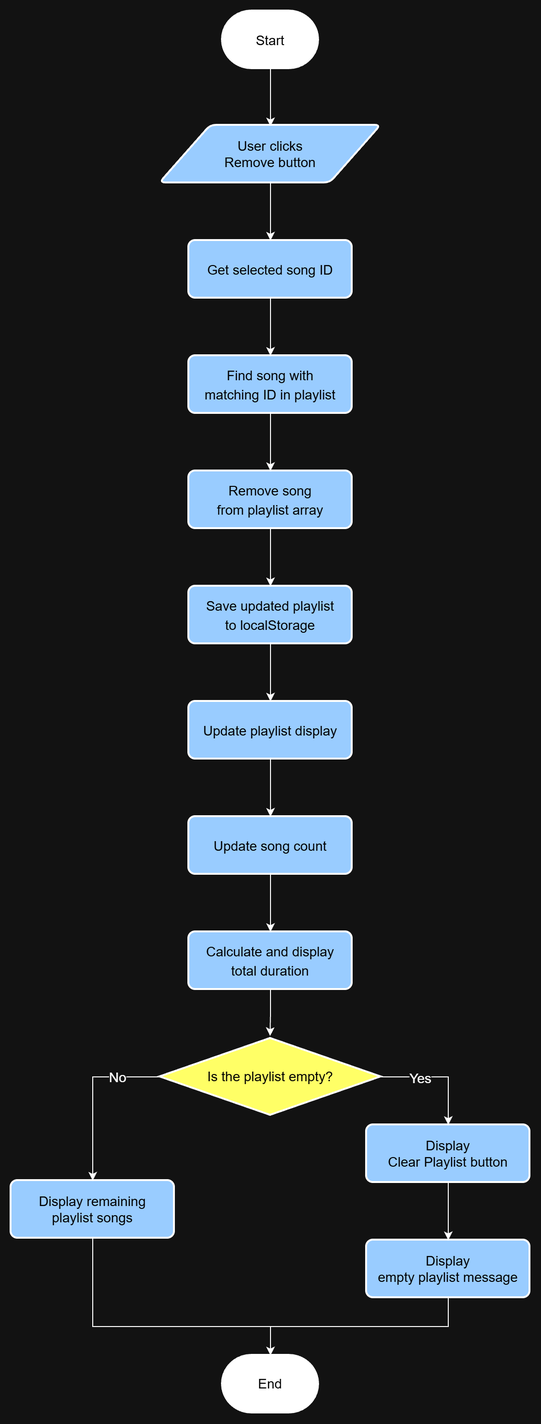
Above: assets/flowcharts/Remove Song from Playlist.png in vegardh93/assignment-3 (draw.io), before the change. Source tidied: cells renumbered, new cells last; positions are measured from the earlier drawing's top-left corner, leaving out a move shared by most shapes.
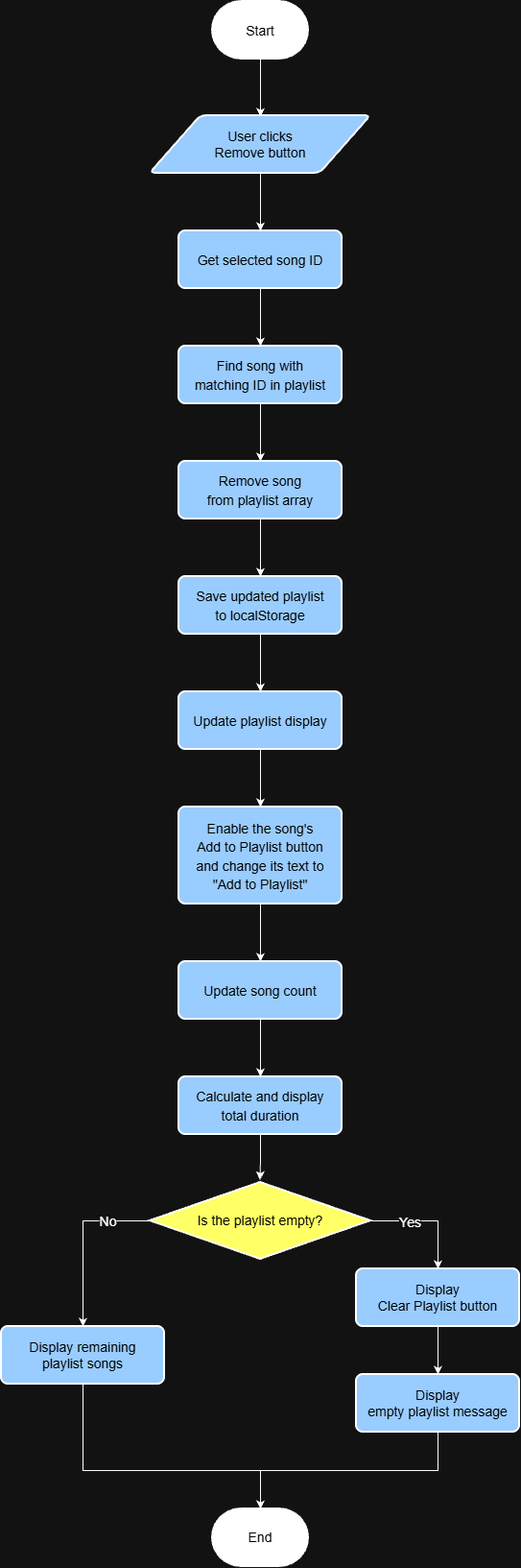
After the change.

Commit message:
Update playlist flowcharts

Change to the diagram source:
```diff
@@ -21,7 +21,7 @@
     </mxCell>
     <mxCell id="7" value="&lt;font style=&quot;font-size: 14px;&quot;&gt;No&lt;/font&gt;" style="edgeLabel;html=1;align=center;verticalAlign=middle;inheritText=1;defaultLabelBackgroundColor=page;" parent="6" vertex="1">
       <mxGeometry x="-0.34" y="1" relative="1" as="geometry">
-        <mxPoint x="13" y="-1" as="offset" />
+        <mxPoint x="14" y="-1" as="offset" />
       </mxGeometry>
     </mxCell>
     <mxCell id="8" style="edgeStyle=orthogonalEdgeStyle;rounded=0;jettySize=auto;html=1;exitX=1;exitY=0.5;exitDx=0;exitDy=0;exitPerimeter=0;entryX=0.5;entryY=0;entryDx=0;entryDy=0;defaultLabelBackgroundColor=page;" parent="1" edge="1" source="10" target="12">
@@ -31,19 +31,19 @@
       <mxGeometry x="-0.34" y="-1" relative="1" as="geometry" />
     </mxCell>
     <mxCell id="10" value="&lt;span style=&quot;font-size: 14px;&quot;&gt;Is the&amp;nbsp;&lt;/span&gt;&lt;span style=&quot;background-color: transparent; font-size: 14px;&quot;&gt;playlist empty?&lt;/span&gt;" style="strokeWidth=2;html=1;shape=mxgraph.flowchart.decision;whiteSpace=wrap;fillColor=light-dark(#FFFFFF,#FFFF66);fontColor=light-dark(#000000,#000000);" parent="1" vertex="1">
-      <mxGeometry x="155" y="1070" width="230" height="80" as="geometry" />
+      <mxGeometry x="155" y="1230" width="230" height="80" as="geometry" />
     </mxCell>
     <mxCell id="11" style="edgeStyle=orthogonalEdgeStyle;rounded=0;jettySize=auto;html=1;entryX=0.5;entryY=0;entryDx=0;entryDy=0;defaultLabelBackgroundColor=page;" parent="1" edge="1" source="12" target="17">
       <mxGeometry relative="1" as="geometry" />
     </mxCell>
     <mxCell id="12" value="&lt;font style=&quot;font-size: 14px;&quot;&gt;Display&lt;/font&gt;&lt;div&gt;&lt;font style=&quot;font-size: 14px;&quot;&gt;Clear Playlist button&lt;/font&gt;&lt;/div&gt;" style="rounded=1;whiteSpace=wrap;html=1;absoluteArcSize=1;arcSize=14;strokeWidth=2;fillColor=light-dark(#FFFFFF,#99CCFF);fontColor=light-dark(#000000,#000000);" parent="1" vertex="1">
-      <mxGeometry x="370" y="1160" width="170" height="60" as="geometry" />
+      <mxGeometry x="370" y="1320" width="170" height="60" as="geometry" />
     </mxCell>
     <mxCell id="13" value="&lt;span style=&quot;font-size: 14px;&quot;&gt;Display remaining&lt;/span&gt;&lt;div&gt;&lt;span style=&quot;font-size: 14px;&quot;&gt;playlist songs&lt;/span&gt;&lt;/div&gt;" style="rounded=1;whiteSpace=wrap;html=1;absoluteArcSize=1;arcSize=14;strokeWidth=2;fillColor=light-dark(#FFFFFF,#99CCFF);fontColor=light-dark(#000000,#000000);" parent="1" vertex="1">
-      <mxGeometry y="1218" width="170" height="60" as="geometry" />
+      <mxGeometry y="1380" width="170" height="60" as="geometry" />
     </mxCell>
     <mxCell id="14" value="&lt;font style=&quot;font-size: 14px;&quot;&gt;End&lt;/font&gt;" style="strokeWidth=2;html=1;shape=mxgraph.flowchart.terminator;whiteSpace=wrap;fillColor=light-dark(#FFFFFF,#FFFFFF);fontColor=light-dark(#000000,#000000);" parent="1" vertex="1">
-      <mxGeometry x="220" y="1400" width="100" height="60" as="geometry" />
+      <mxGeometry x="220" y="1570" width="100" height="60" as="geometry" />
     </mxCell>
     <mxCell id="15" value="&lt;font style=&quot;font-size: 14px;&quot;&gt;User clicks&lt;/font&gt;&lt;div&gt;&lt;span style=&quot;font-size: 14px;&quot;&gt;Remove button&lt;/span&gt;&lt;/div&gt;" style="shape=parallelogram;html=1;strokeWidth=2;perimeter=parallelogramPerimeter;whiteSpace=wrap;rounded=1;arcSize=12;size=0.23;fontColor=light-dark(#000000,#000000);fillColor=light-dark(#FFFFFF,#99CCFF);" parent="1" vertex="1">
       <mxGeometry x="155" y="119" width="230" height="60" as="geometry" />
@@ -52,19 +52,19 @@
       <mxGeometry relative="1" as="geometry" />
     </mxCell>
     <mxCell id="17" value="&lt;span style=&quot;font-size: 14px;&quot;&gt;Display&lt;/span&gt;&lt;div&gt;&lt;span style=&quot;font-size: 14px;&quot;&gt;empty&amp;nbsp;&lt;/span&gt;&lt;span style=&quot;font-size: 14px; background-color: transparent;&quot;&gt;playlist message&lt;/span&gt;&lt;/div&gt;" style="rounded=1;whiteSpace=wrap;html=1;absoluteArcSize=1;arcSize=14;strokeWidth=2;fillColor=light-dark(#FFFFFF,#99CCFF);fontColor=light-dark(#000000,#000000);" parent="1" vertex="1">
-      <mxGeometry x="370" y="1280" width="170" height="60" as="geometry" />
+      <mxGeometry x="370" y="1430" width="170" height="60" as="geometry" />
     </mxCell>
-    <mxCell id="18" style="edgeStyle=orthogonalEdgeStyle;rounded=0;jettySize=auto;html=1;entryX=0.5;entryY=0;entryDx=0;entryDy=0;defaultLabelBackgroundColor=page;" parent="1" edge="1" target="x">
+    <mxCell id="18" style="edgeStyle=orthogonalEdgeStyle;rounded=0;orthogonalLoop=1;jettySize=auto;html=1;entryX=0.5;entryY=0;entryDx=0;entryDy=0;defaultLabelBackgroundColor=page;" parent="1" edge="1">
       <mxGeometry relative="1" as="geometry">
         <mxPoint x="455" y="1749" as="sourcePoint" />
       </mxGeometry>
     </mxCell>
-    <mxCell id="19" style="edgeStyle=orthogonalEdgeStyle;rounded=0;jettySize=auto;html=1;entryX=0.5;entryY=0;entryDx=0;entryDy=0;defaultLabelBackgroundColor=page;" parent="1" edge="1" target="x">
+    <mxCell id="19" style="edgeStyle=orthogonalEdgeStyle;rounded=0;orthogonalLoop=1;jettySize=auto;html=1;entryX=0.5;entryY=0;entryDx=0;entryDy=0;defaultLabelBackgroundColor=page;" parent="1" edge="1">
       <mxGeometry relative="1" as="geometry">
         <mxPoint x="455" y="1868" as="sourcePoint" />
       </mxGeometry>
     </mxCell>
-    <mxCell id="20" style="edgeStyle=orthogonalEdgeStyle;rounded=0;jettySize=auto;html=1;entryX=0.5;entryY=0;entryDx=0;entryDy=0;defaultLabelBackgroundColor=page;" parent="1" edge="1" target="x">
+    <mxCell id="20" style="edgeStyle=orthogonalEdgeStyle;rounded=0;orthogonalLoop=1;jettySize=auto;html=1;entryX=0.5;entryY=0;entryDx=0;entryDy=0;defaultLabelBackgroundColor=page;" parent="1" edge="1">
       <mxGeometry relative="1" as="geometry">
         <mxPoint x="455" y="1987" as="sourcePoint" />
       </mxGeometry>
@@ -87,9 +87,9 @@
     <mxCell id="26" value="&lt;span style=&quot;font-size: 14px;&quot;&gt;Save updated playlist&lt;/span&gt;&lt;div&gt;&lt;span style=&quot;font-size: 14px;&quot;&gt;to localStorage&lt;/span&gt;&lt;/div&gt;" style="rounded=1;whiteSpace=wrap;html=1;absoluteArcSize=1;arcSize=14;strokeWidth=2;fontColor=light-dark(#000000,#000000);fillColor=light-dark(#FFFFFF,#99CCFF);fontSize=16;" parent="1" vertex="1">
       <mxGeometry x="185" y="599" width="170" height="60" as="geometry" />
     </mxCell>
-    <mxCell id="27" style="edgeStyle=orthogonalEdgeStyle;rounded=0;jettySize=auto;html=1;entryX=0.5;entryY=0;entryDx=0;entryDy=0;defaultLabelBackgroundColor=page;" parent="1" edge="1" source="28" target="30">
-      <mxGeometry relative="1" as="geometry" />
-    </mxCell>
+    <mxCell id="35" style="edgeStyle=orthogonalEdgeStyle;rounded=0;jettySize=auto;html=1;entryX=0.5;entryY=0;entryDx=0;entryDy=0;defaultLabelBackgroundColor=page;labelPadding=0 4;" parent="1" edge="1" source="28" target="37">
+      <mxGeometry relative="1" as="geometry" />
+    </mxCell>
     <mxCell id="28" value="&lt;span style=&quot;font-size: 14px;&quot;&gt;Update playlist display&lt;/span&gt;" style="rounded=1;whiteSpace=wrap;html=1;absoluteArcSize=1;arcSize=14;strokeWidth=2;fontColor=light-dark(#000000,#000000);fillColor=light-dark(#FFFFFF,#99CCFF);fontSize=16;" parent="1" vertex="1">
       <mxGeometry x="185" y="719" width="170" height="60" as="geometry" />
     </mxCell>
@@ -97,10 +97,10 @@
       <mxGeometry relative="1" as="geometry" />
     </mxCell>
     <mxCell id="30" value="&lt;span style=&quot;font-size: 14px;&quot;&gt;Update song count&lt;/span&gt;" style="rounded=1;whiteSpace=wrap;html=1;absoluteArcSize=1;arcSize=14;strokeWidth=2;fontColor=light-dark(#000000,#000000);fillColor=light-dark(#FFFFFF,#99CCFF);fontSize=16;" parent="1" vertex="1">
-      <mxGeometry x="185" y="839" width="170" height="60" as="geometry" />
+      <mxGeometry x="185" y="1000" width="170" height="60" as="geometry" />
     </mxCell>
     <mxCell id="31" value="&lt;span style=&quot;font-size: 14px;&quot;&gt;Calculate and display&lt;/span&gt;&lt;div&gt;&lt;span style=&quot;font-size: 14px;&quot;&gt;total duration&lt;/span&gt;&lt;/div&gt;" style="rounded=1;whiteSpace=wrap;html=1;absoluteArcSize=1;arcSize=14;strokeWidth=2;fontColor=light-dark(#000000,#000000);fillColor=light-dark(#FFFFFF,#99CCFF);fontSize=16;" parent="1" vertex="1">
-      <mxGeometry x="185" y="959" width="170" height="60" as="geometry" />
+      <mxGeometry x="185" y="1120" width="170" height="60" as="geometry" />
     </mxCell>
     <mxCell id="32" style="edgeStyle=orthogonalEdgeStyle;rounded=0;jettySize=auto;html=1;entryX=0.498;entryY=-0.033;entryDx=0;entryDy=0;entryPerimeter=0;defaultLabelBackgroundColor=page;" parent="1" edge="1" source="31" target="10">
       <mxGeometry relative="1" as="geometry" />
@@ -108,11 +108,17 @@
     <mxCell id="33" style="edgeStyle=orthogonalEdgeStyle;rounded=0;jettySize=auto;html=1;exitX=0.5;exitY=1;exitDx=0;exitDy=0;entryX=0.5;entryY=0;entryDx=0;entryDy=0;entryPerimeter=0;defaultLabelBackgroundColor=page;" parent="1" edge="1" source="17" target="14">
       <mxGeometry relative="1" as="geometry" />
     </mxCell>
+    <mxCell id="36" style="edgeStyle=orthogonalEdgeStyle;rounded=0;jettySize=auto;html=1;entryX=0.5;entryY=0;entryDx=0;entryDy=0;defaultLabelBackgroundColor=page;labelPadding=0 4;" parent="1" edge="1" source="37" target="30">
+      <mxGeometry relative="1" as="geometry" />
+    </mxCell>
+    <mxCell id="37" value="&lt;span style=&quot;font-size: 14px;&quot;&gt;Enable the song's&lt;/span&gt;&lt;div&gt;&lt;span style=&quot;font-size: 14px;&quot;&gt;Add to Playlist button&lt;/span&gt;&lt;/div&gt;&lt;div&gt;&lt;span style=&quot;font-size: 14px;&quot;&gt;and change its text to&lt;/span&gt;&lt;/div&gt;&lt;div&gt;&lt;span style=&quot;font-size: 14px;&quot;&gt;&quot;Add to Playlist&quot;&lt;/span&gt;&lt;/div&gt;" style="rounded=1;whiteSpace=wrap;html=1;absoluteArcSize=1;arcSize=14;strokeWidth=2;fontColor=light-dark(#000000,#000000);fillColor=light-dark(#FFFFFF,#99CCFF);fontSize=16;" parent="1" vertex="1">
+      <mxGeometry x="185" y="839" width="170" height="101" as="geometry" />
+    </mxCell>
-    <mxCell id="34" style="edgeStyle=orthogonalEdgeStyle;rounded=0;jettySize=auto;html=1;entryX=0.5;entryY=0;entryDx=0;entryDy=0;entryPerimeter=0;defaultLabelBackgroundColor=page;" parent="1" edge="1" source="13" target="14">
+    <mxCell id="34" style="edgeStyle=orthogonalEdgeStyle;rounded=0;jettySize=auto;html=1;exitX=0.5;exitY=1;exitDx=0;exitDy=0;entryX=0.5;entryY=0;entryDx=0;entryDy=0;entryPerimeter=0;defaultLabelBackgroundColor=page;labelPadding=0 4;" parent="1" edge="1" source="13" target="14">
       <mxGeometry relative="1" as="geometry">
         <Array as="points">
-          <mxPoint x="85" y="1370" />
-          <mxPoint x="270" y="1370" />
+          <mxPoint x="85" y="1530" />
+          <mxPoint x="270" y="1530" />
         </Array>
       </mxGeometry>
     </mxCell>
```
